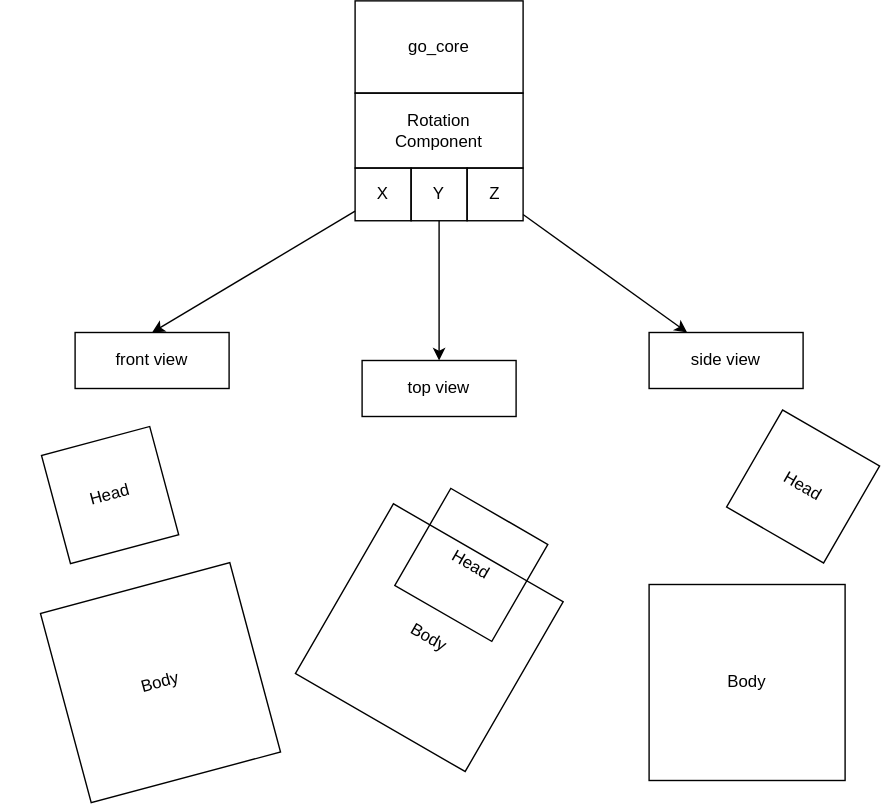
Above: crates/go_character/docs/diagrams/rotation.drawio.svg in Sigzaa/Griffsort-Bevy (draw.io), before the change. Source tidied: cells renumbered, new cells last; positions are measured from the earlier drawing's top-left corner, leaving out a move shared by most shapes.
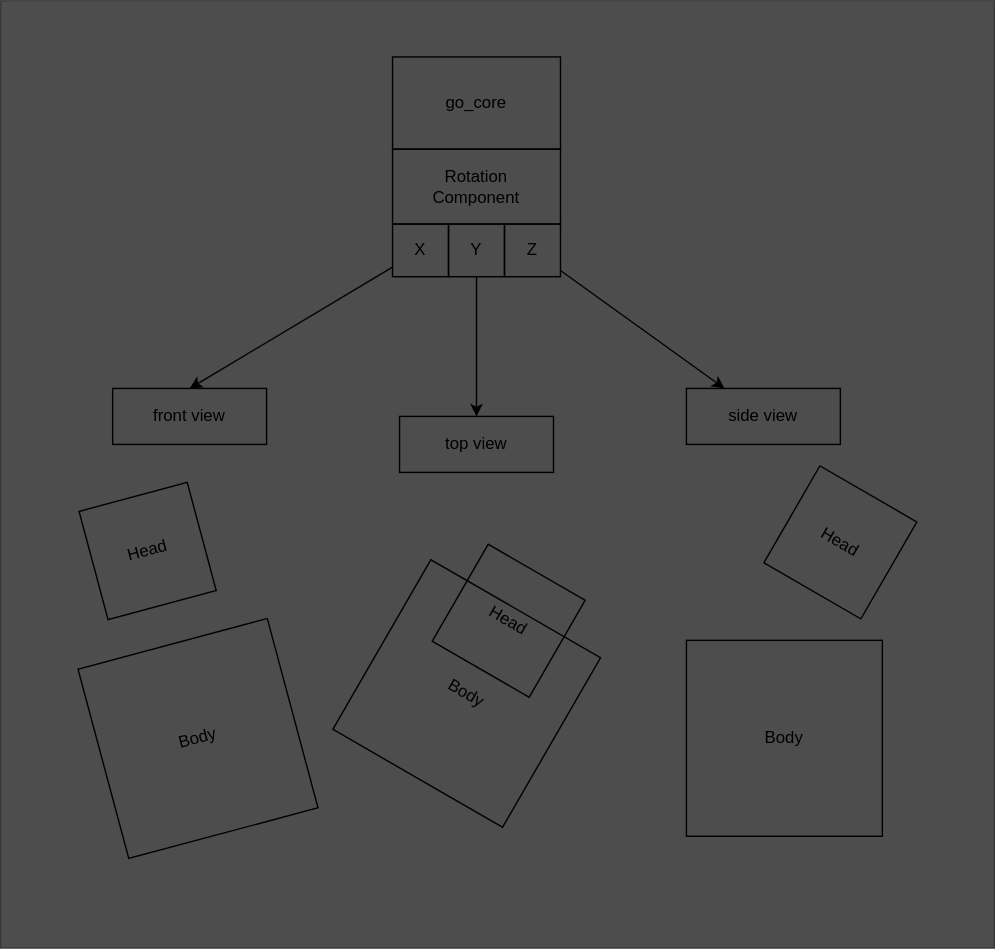
Above is the later version.

Commit message:
experementing with diagram format

The edit, as a diff of the source:
```diff
@@ -2,6 +2,9 @@
   <root>
     <mxCell id="0" />
     <mxCell id="1" parent="0" />
+    <mxCell id="23" style="whiteSpace=wrap;html=1;strokeColor=#36393d;fillColor=#4D4D4D;rounded=0;sketch=0;" parent="1" vertex="1">
+      <mxGeometry x="-57" y="-40" width="710" height="676.9" as="geometry" />
+    </mxCell>
     <mxCell id="2" value="top view" style="whiteSpace=wrap;html=1;fillColor=none;" parent="1" vertex="1">
       <mxGeometry x="228" y="257" width="110" height="40" as="geometry" />
     </mxCell>
```
